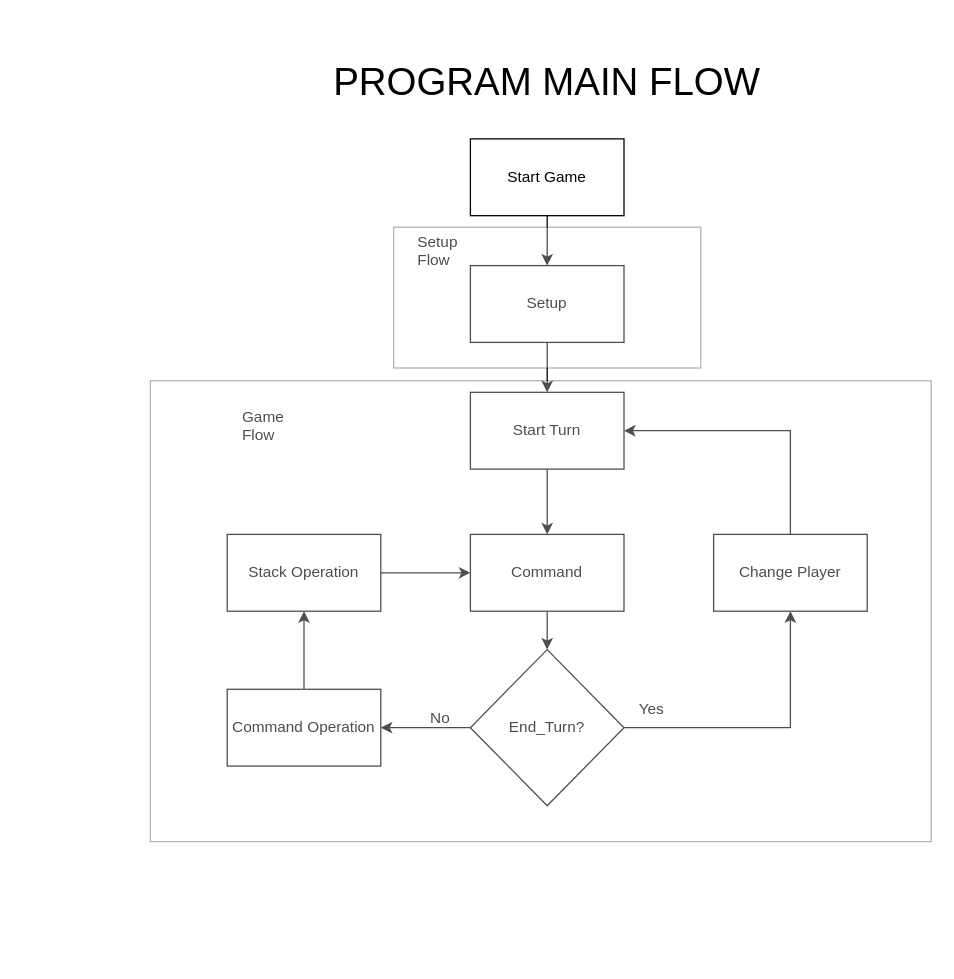
This is page "Program Main Flow" (2 of 8) of Flow Alstrukdat.drawio from ilhamsyahids/Avatar-War-Game, a draw.io file, before an edit. Source tidied: cells renumbered, new cells numbered last; positions are measured from the earlier drawing's top-left corner, leaving out a move shared by most shapes. Both pictures are drawn from the tidied source at 128%, with x=0, y=0 at pixel (150, 22).
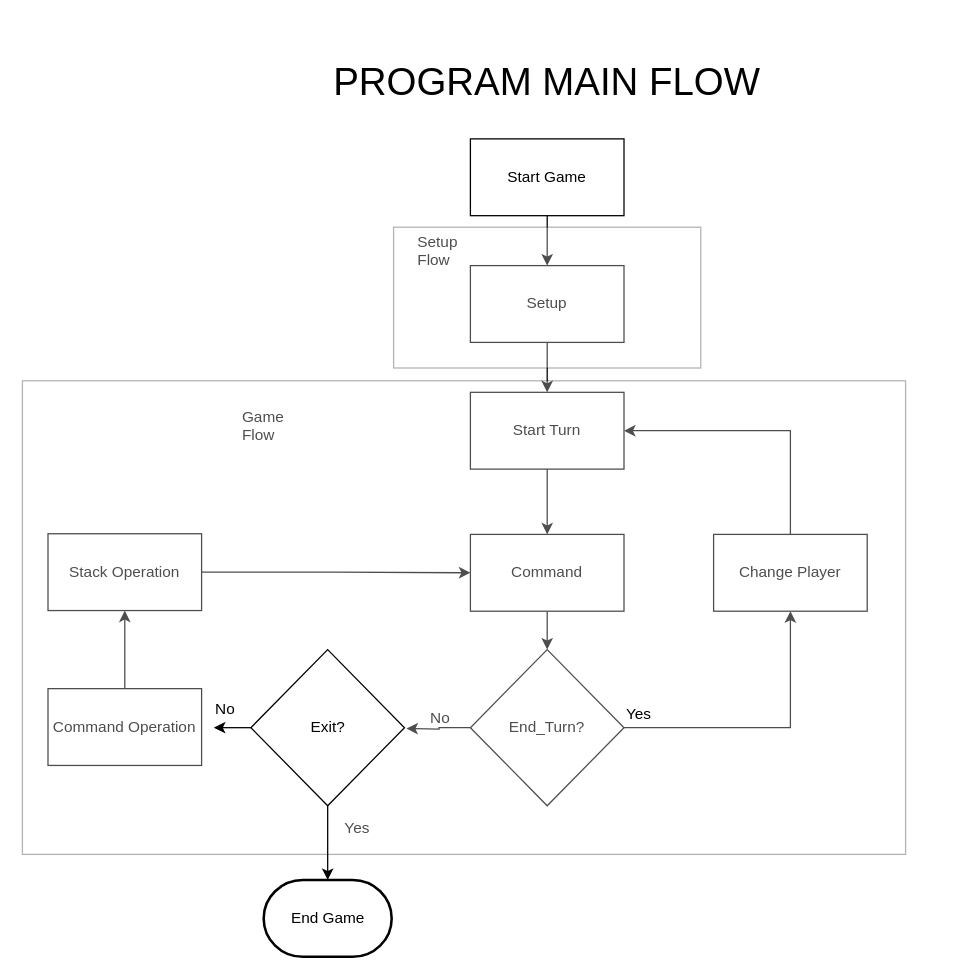
The same page after the edit.

Unchanged cells that the change refers to:
```xml
<mxCell id="13" value="End_Turn?" style="rhombus;whiteSpace=wrap;html=1;" parent="1" vertex="1">
  <mxGeometry x="250" y="490" width="120" height="122" as="geometry" />
</mxCell>
```

Diff of the diagram source:
```diff
@@
-    <mxCell id="11" style="edgeStyle=orthogonalEdgeStyle;rounded=0;jettySize=auto;html=1;exitX=0;exitY=0.5;exitDx=0;exitDy=0;entryX=1;entryY=0.5;entryDx=0;entryDy=0;" parent="1" edge="1" source="13" target="16">
-      <mxGeometry relative="1" as="geometry" />
-    </mxCell>
@@
+    <mxCell id="26" style="edgeStyle=orthogonalEdgeStyle;rounded=0;jettySize=auto;html=1;exitX=0;exitY=0.5;exitDx=0;exitDy=0;" parent="1" edge="1" source="13">
+      <mxGeometry relative="1" as="geometry">
+        <mxPoint x="200" y="551.6" as="targetPoint" />
+      </mxGeometry>
+    </mxCell>
@@
     <mxCell id="14" value="Yes" style="text;html=1;align=left;verticalAlign=top;spacingTop=-4;" parent="1" vertex="1">
-      <mxGeometry x="380" y="527" width="40" height="20" as="geometry" />
+      <mxGeometry x="150" y="620" width="40" height="20" as="geometry" />
     </mxCell>
@@
     <mxCell id="16" value="Command Operation" style="rounded=0;whiteSpace=wrap;html=1;" parent="1" vertex="1">
-      <mxGeometry x="60" y="521" width="120" height="60" as="geometry" />
+      <mxGeometry x="-80" y="520.5" width="120" height="60" as="geometry" />
     </mxCell>
@@
     <mxCell id="21" value="Stack Operation" style="rounded=0;whiteSpace=wrap;html=1;" parent="1" vertex="1">
-      <mxGeometry x="60" y="400" width="120" height="60" as="geometry" />
+      <mxGeometry x="-80" y="399.5" width="120" height="60" as="geometry" />
     </mxCell>
@@
-    <mxCell id="25" style="rounded=0;whiteSpace=wrap;html=1;opacity=30;" parent="1" vertex="1">
-      <mxGeometry y="280" width="610" height="360" as="geometry" />
-    </mxCell>
+    <mxCell id="27" style="rounded=0;whiteSpace=wrap;html=1;opacity=30;" parent="1" vertex="1">
+      <mxGeometry x="-100" y="280" width="690" height="370" as="geometry" />
+    </mxCell>
+    <mxCell id="28" style="edgeStyle=orthogonalEdgeStyle;rounded=0;jettySize=auto;html=1;exitX=0;exitY=0.5;exitDx=0;exitDy=0;" parent="1" edge="1" source="30">
+      <mxGeometry relative="1" as="geometry">
+        <mxPoint x="49.6" y="551.6" as="targetPoint" />
+      </mxGeometry>
+    </mxCell>
+    <mxCell id="29" style="edgeStyle=orthogonalEdgeStyle;rounded=0;jettySize=auto;html=1;exitX=0.5;exitY=1;exitDx=0;exitDy=0;entryX=0.5;entryY=0;entryDx=0;entryDy=0;entryPerimeter=0;" parent="1" edge="1" source="30" target="32">
+      <mxGeometry relative="1" as="geometry" />
+    </mxCell>
+    <mxCell id="30" value="Exit?" style="rhombus;whiteSpace=wrap;html=1;" parent="1" vertex="1">
+      <mxGeometry x="78.5" y="490" width="120" height="122" as="geometry" />
+    </mxCell>
+    <mxCell id="31" value="No" style="text;html=1;align=left;verticalAlign=top;spacingTop=-4;" parent="1" vertex="1">
+      <mxGeometry x="48.5" y="527" width="30" height="20" as="geometry" />
+    </mxCell>
+    <mxCell id="32" value="End Game" style="strokeWidth=2;html=1;shape=mxgraph.flowchart.terminator;whiteSpace=wrap;" parent="1" vertex="1">
+      <mxGeometry x="88.5" y="670" width="100" height="60" as="geometry" />
+    </mxCell>
+    <mxCell id="33" value="Yes" style="text;html=1;align=left;verticalAlign=top;spacingTop=-4;" parent="1" vertex="1">
+      <mxGeometry x="370" y="531" width="40" height="20" as="geometry" />
+    </mxCell>
```
